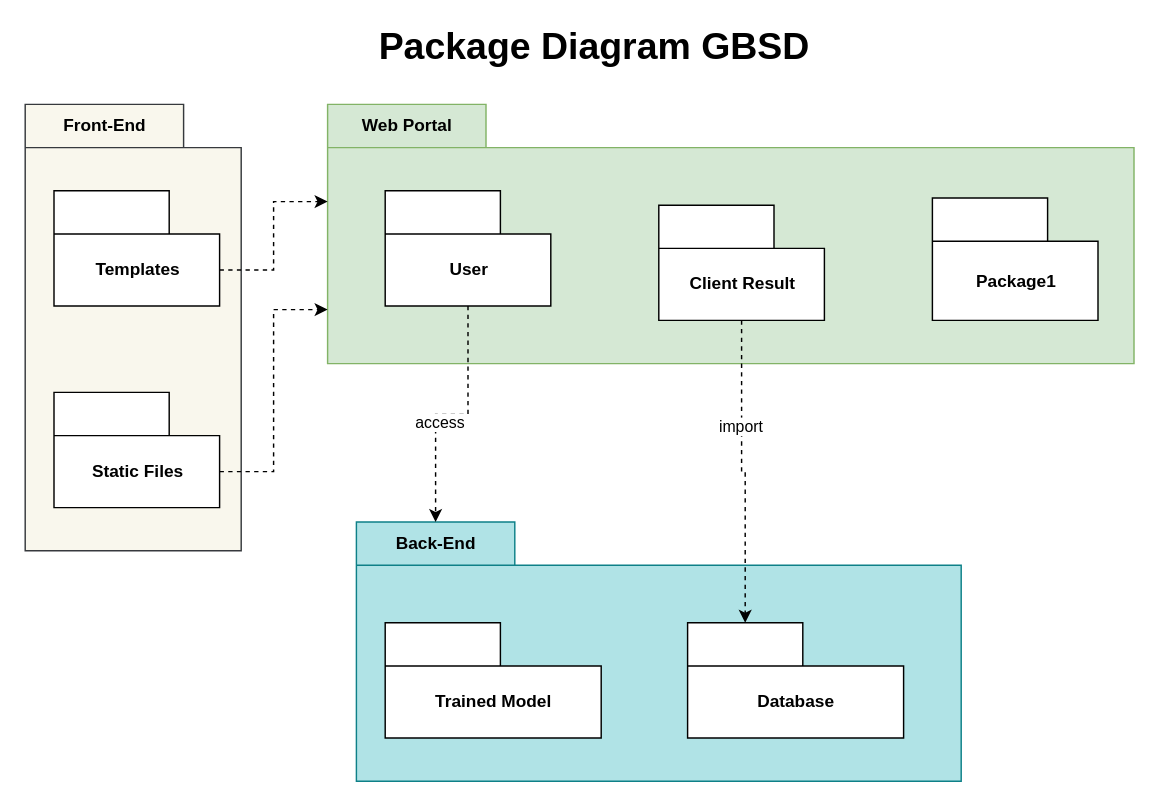
Above: package_web_GBSD.drawio in mabdulrafea101/sohaib_fyp_docs (draw.io), before the change. Source tidied: cells renumbered, new cells numbered last; positions are measured from the earlier drawing's top-left corner, leaving out a move shared by most shapes. Both pictures are drawn from the tidied source at 144%, with x=0, y=0 at pixel (24, 32).
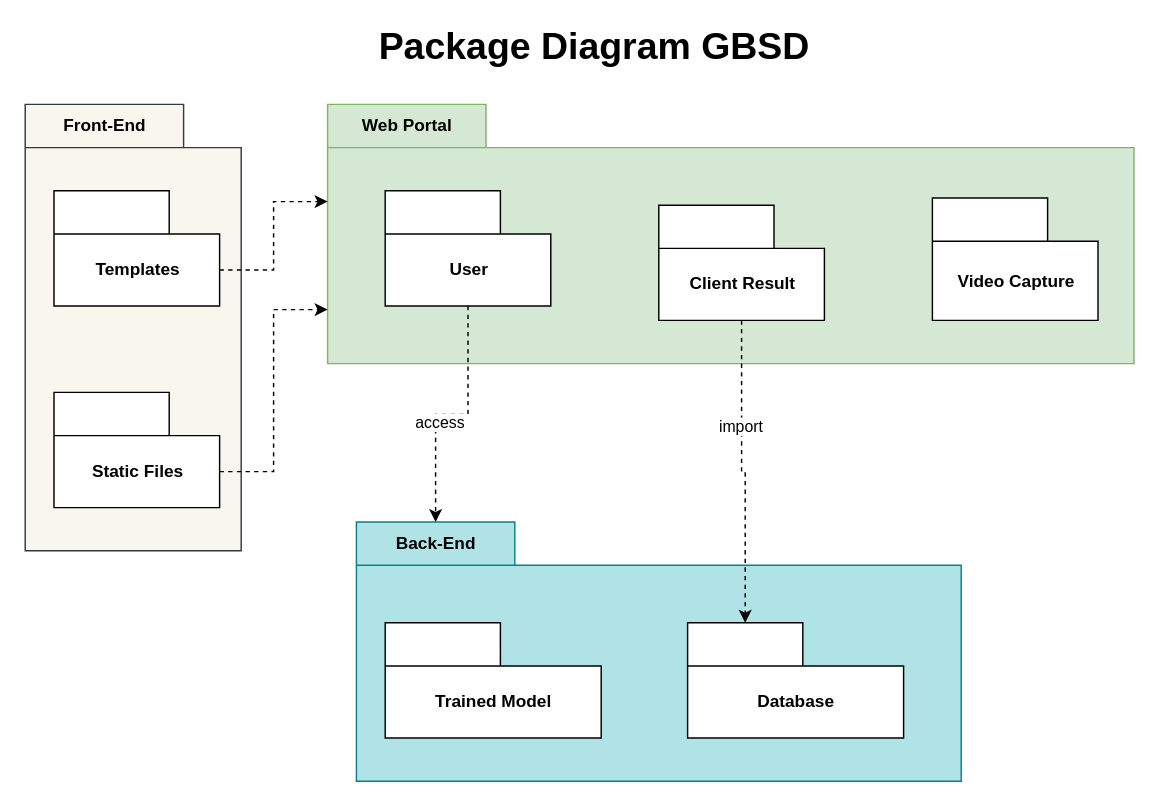
Above is the later version.

Change to the diagram source:
```diff
@@
 <mxGraphModel>
   <root>
     <mxCell id="0" />
     <mxCell id="1" parent="0" />
     <mxCell id="2" value="Front-End" style="shape=folder;fontStyle=1;tabWidth=110;tabHeight=30;tabPosition=left;html=1;boundedLbl=1;labelInHeader=1;fillColor=#f9f7ed;strokeColor=#36393d;" parent="1" vertex="1">
       <mxGeometry y="50" width="150" height="310" as="geometry" />
     </mxCell>
     <mxCell id="3" value="Web Portal" style="shape=folder;fontStyle=1;tabWidth=110;tabHeight=30;tabPosition=left;html=1;boundedLbl=1;labelInHeader=1;fillColor=#d5e8d4;strokeColor=#82b366;" parent="1" vertex="1">
       <mxGeometry x="210" y="50" width="560" height="180" as="geometry" />
     </mxCell>
     <mxCell id="4" value="User" style="shape=folder;fontStyle=1;tabWidth=80;tabHeight=30;tabPosition=left;html=1;boundedLbl=1;" parent="3" vertex="1">
       <mxGeometry x="40" y="60" width="115" height="80" as="geometry" />
     </mxCell>
-    <mxCell id="5" value="Package1" style="shape=folder;fontStyle=1;tabWidth=80;tabHeight=30;tabPosition=left;html=1;boundedLbl=1;" parent="3" vertex="1">
+    <mxCell id="5" value="Video Capture" style="shape=folder;fontStyle=1;tabWidth=80;tabHeight=30;tabPosition=left;html=1;boundedLbl=1;" parent="3" vertex="1">
       <mxGeometry x="420" y="65" width="115" height="85" as="geometry" />
     </mxCell>
     <mxCell id="6" value="Client Result" style="shape=folder;fontStyle=1;tabWidth=80;tabHeight=30;tabPosition=left;html=1;boundedLbl=1;" parent="3" vertex="1">
       <mxGeometry x="230" y="70" width="115" height="80" as="geometry" />
     </mxCell>
     <mxCell id="7" value="Back-End" style="shape=folder;fontStyle=1;tabWidth=110;tabHeight=30;tabPosition=left;html=1;boundedLbl=1;labelInHeader=1;fillColor=#b0e3e6;strokeColor=#0e8088;" parent="1" vertex="1">
       <mxGeometry x="230" y="340" width="420" height="180" as="geometry" />
     </mxCell>
     <mxCell id="8" value="Trained Model" style="shape=folder;fontStyle=1;tabWidth=80;tabHeight=30;tabPosition=left;html=1;boundedLbl=1;" parent="7" vertex="1">
       <mxGeometry x="20" y="70" width="150" height="80" as="geometry" />
     </mxCell>
     <mxCell id="9" value="Database" style="shape=folder;fontStyle=1;tabWidth=80;tabHeight=30;tabPosition=left;html=1;boundedLbl=1;" parent="7" vertex="1">
       <mxGeometry x="230" y="70" width="150" height="80" as="geometry" />
     </mxCell>
     <mxCell id="10" style="edgeStyle=orthogonalEdgeStyle;rounded=0;jettySize=auto;html=1;exitX=0;exitY=0;exitDx=115;exitDy=55;exitPerimeter=0;entryX=0;entryY=0;entryDx=0;entryDy=67.5;entryPerimeter=0;dashed=1;" parent="1" edge="1" source="11" target="3">
       <mxGeometry relative="1" as="geometry" />
     </mxCell>
     <mxCell id="11" value="Templates" style="shape=folder;fontStyle=1;tabWidth=80;tabHeight=30;tabPosition=left;html=1;boundedLbl=1;" parent="1" vertex="1">
       <mxGeometry x="20" y="110" width="115" height="80" as="geometry" />
     </mxCell>
     <mxCell id="12" style="edgeStyle=orthogonalEdgeStyle;rounded=0;jettySize=auto;html=1;exitX=0;exitY=0;exitDx=115;exitDy=55;exitPerimeter=0;entryX=0;entryY=0;entryDx=0;entryDy=142.5;entryPerimeter=0;dashed=1;" parent="1" edge="1" source="13" target="3">
       <mxGeometry relative="1" as="geometry" />
     </mxCell>
     <mxCell id="13" value="Static Files" style="shape=folder;fontStyle=1;tabWidth=80;tabHeight=30;tabPosition=left;html=1;boundedLbl=1;" parent="1" vertex="1">
       <mxGeometry x="20" y="250" width="115" height="80" as="geometry" />
     </mxCell>
     <mxCell id="14" style="edgeStyle=orthogonalEdgeStyle;rounded=0;jettySize=auto;html=1;exitX=0.5;exitY=1;exitDx=0;exitDy=0;exitPerimeter=0;entryX=0;entryY=0;entryDx=55;entryDy=0;entryPerimeter=0;dashed=1;" parent="1" edge="1" source="4" target="7">
       <mxGeometry relative="1" as="geometry" />
     </mxCell>
     <mxCell id="15" value="access" style="edgeLabel;html=1;align=center;verticalAlign=middle;" parent="14" vertex="1">
       <mxGeometry x="0.19" y="2" relative="1" as="geometry" />
     </mxCell>
     <mxCell id="16" style="edgeStyle=orthogonalEdgeStyle;rounded=0;jettySize=auto;html=1;exitX=0.5;exitY=1;exitDx=0;exitDy=0;exitPerimeter=0;entryX=0;entryY=0;entryDx=40;entryDy=0;entryPerimeter=0;dashed=1;" parent="1" edge="1" source="6" target="9">
       <mxGeometry relative="1" as="geometry" />
     </mxCell>
     <mxCell id="17" value="import" style="edgeLabel;html=1;align=center;verticalAlign=middle;" parent="16" vertex="1">
       <mxGeometry x="-0.31" y="-1" relative="1" as="geometry" />
     </mxCell>
     <mxCell id="18" value="&lt;font style=&quot;font-size: 26px&quot; color=&quot;#000000&quot;&gt;&lt;b&gt;Package Diagram GBSD&lt;/b&gt;&lt;/font&gt;" style="text;html=1;align=center;verticalAlign=middle;strokeColor=none;" parent="1" vertex="1">
       <mxGeometry x="240" width="310" height="20" as="geometry" />
     </mxCell>
   </root>
 </mxGraphModel>
```
